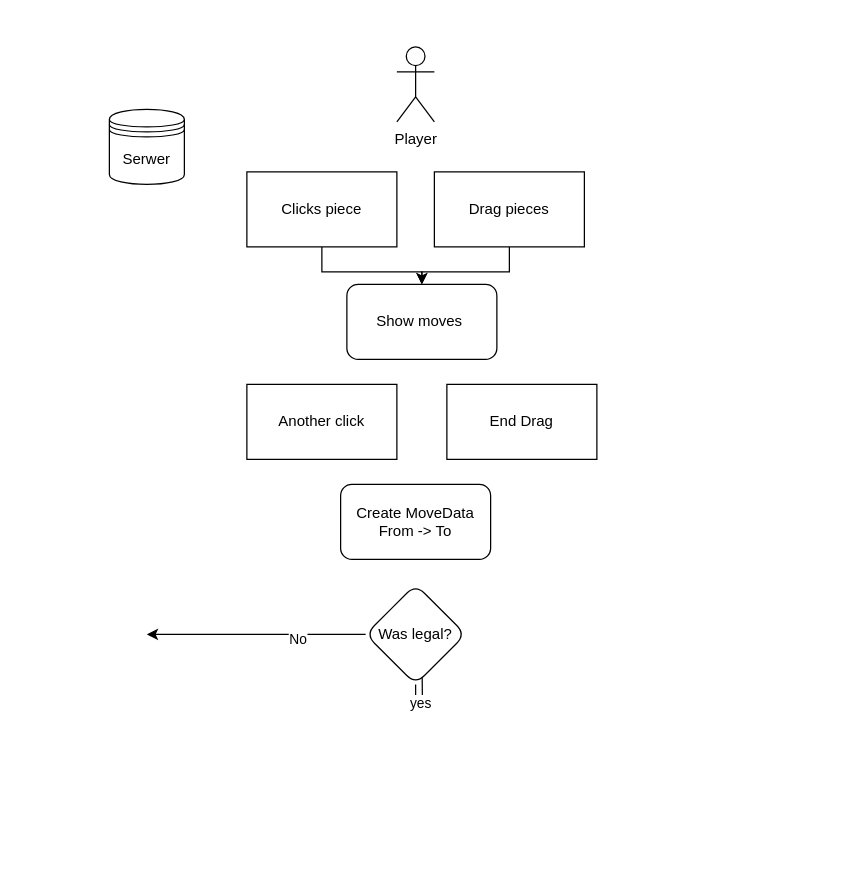
Earlier version of the draw.io diagram Diagrams/Chess block scheme.drawio (Netherman2440/HelpfulCode). Source tidied: cells renumbered, new cells numbered last; positions are measured from the earlier drawing's top-left corner, leaving out a move shared by most shapes. Both pictures are drawn from the tidied source at 125%, with x=0, y=0 at pixel (109, 46).
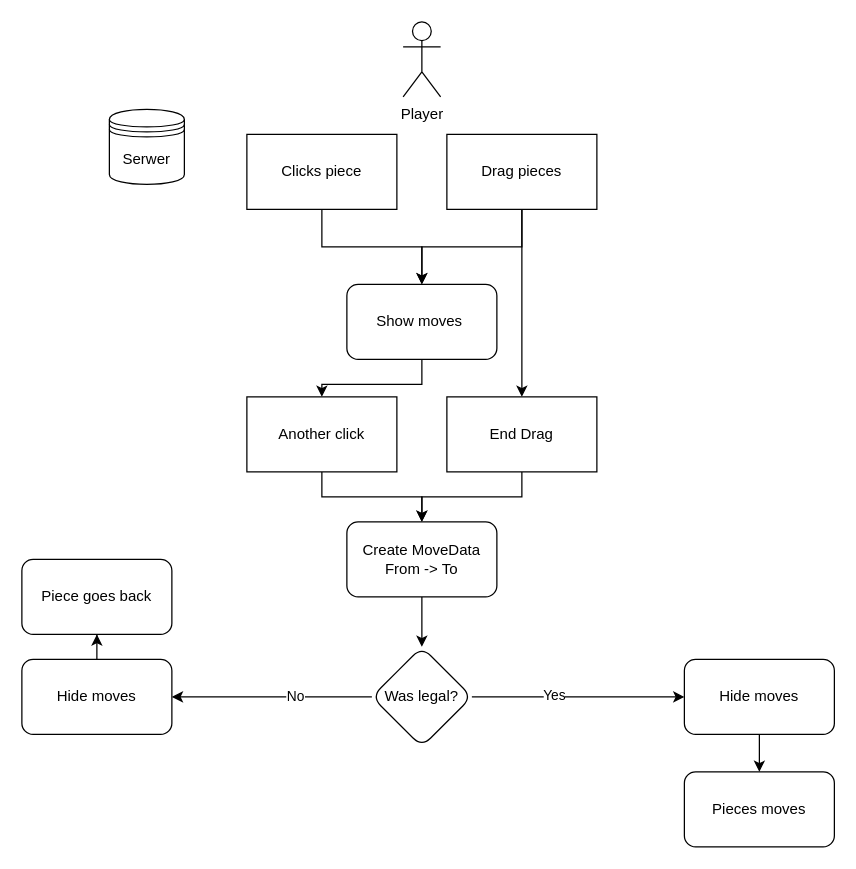
The same page after the edit.

Unchanged cells that the change refers to:
```xml
<mxCell id="2" value="Show moves&amp;nbsp;" style="rounded=1;whiteSpace=wrap;html=1;" parent="1" vertex="1">
  <mxGeometry x="190" y="190" width="120" height="60" as="geometry" />
</mxCell>
```

The edit, as a diff of the source:
```diff
@@
+    <mxCell id="17" style="edgeStyle=orthogonalEdgeStyle;rounded=0;jettySize=auto;html=1;" parent="1" edge="1" source="2" target="14">
+      <mxGeometry relative="1" as="geometry" />
+    </mxCell>
@@
     <mxCell id="3" value="Player" style="shape=umlActor;verticalLabelPosition=bottom;verticalAlign=top;html=1;" parent="1" vertex="1">
-      <mxGeometry x="230" width="30" height="60" as="geometry" />
+      <mxGeometry x="235" y="-20" width="30" height="60" as="geometry" />
     </mxCell>
@@
-    <mxCell id="5" style="edgeStyle=orthogonalEdgeStyle;rounded=0;jettySize=auto;html=1;" parent="1" edge="1" source="9">
-      <mxGeometry relative="1" as="geometry">
-        <mxPoint x="30" y="470" as="targetPoint" />
-      </mxGeometry>
-    </mxCell>
+    <mxCell id="18" style="edgeStyle=orthogonalEdgeStyle;rounded=0;jettySize=auto;html=1;" parent="1" edge="1" source="9" target="26">
+      <mxGeometry relative="1" as="geometry" />
+    </mxCell>
-    <mxCell id="6" value="No" style="edgeLabel;html=1;align=center;verticalAlign=middle;" parent="5" vertex="1">
-      <mxGeometry x="-0.37" y="3" relative="1" as="geometry" />
+    <mxCell id="6" value="No" style="edgeLabel;html=1;align=center;verticalAlign=middle;" parent="18" vertex="1">
+      <mxGeometry x="-0.23" y="-1" relative="1" as="geometry" />
     </mxCell>
-    <mxCell id="7" style="edgeStyle=orthogonalEdgeStyle;rounded=0;jettySize=auto;html=1;" parent="1" edge="1" source="9">
-      <mxGeometry relative="1" as="geometry">
-        <mxPoint x="250" y="480" as="targetPoint" />
-      </mxGeometry>
-    </mxCell>
-    <mxCell id="8" value="yes" style="edgeLabel;html=1;align=center;verticalAlign=middle;" parent="7" vertex="1">
-      <mxGeometry x="-0.18" y="2" relative="1" as="geometry" />
-    </mxCell>
+    <mxCell id="19" style="edgeStyle=orthogonalEdgeStyle;rounded=0;jettySize=auto;html=1;" parent="1" edge="1" source="9" target="28">
+      <mxGeometry relative="1" as="geometry" />
+    </mxCell>
+    <mxCell id="20" value="Yes" style="edgeLabel;html=1;align=center;verticalAlign=middle;" parent="19" vertex="1">
+      <mxGeometry x="-0.23" y="2" relative="1" as="geometry" />
+    </mxCell>
     <mxCell id="9" value="Was legal?" style="rhombus;whiteSpace=wrap;html=1;rounded=1;" parent="1" vertex="1">
-      <mxGeometry x="205" y="430" width="80" height="80" as="geometry" />
+      <mxGeometry x="210" y="480" width="80" height="80" as="geometry" />
     </mxCell>
@@
     <mxCell id="11" value="Clicks piece" style="rounded=0;whiteSpace=wrap;html=1;" parent="1" vertex="1">
-      <mxGeometry x="110" y="100" width="120" height="60" as="geometry" />
+      <mxGeometry x="110" y="70" width="120" height="60" as="geometry" />
     </mxCell>
@@
+    <mxCell id="21" style="edgeStyle=orthogonalEdgeStyle;rounded=0;jettySize=auto;html=1;" parent="1" edge="1" source="13" target="15">
+      <mxGeometry relative="1" as="geometry" />
+    </mxCell>
     <mxCell id="13" value="Drag pieces" style="rounded=0;whiteSpace=wrap;html=1;" parent="1" vertex="1">
-      <mxGeometry x="260" y="100" width="120" height="60" as="geometry" />
+      <mxGeometry x="270" y="70" width="120" height="60" as="geometry" />
     </mxCell>
+    <mxCell id="22" style="edgeStyle=orthogonalEdgeStyle;rounded=0;jettySize=auto;html=1;" parent="1" edge="1" source="14" target="16">
+      <mxGeometry relative="1" as="geometry" />
+    </mxCell>
     <mxCell id="14" value="Another click" style="rounded=0;whiteSpace=wrap;html=1;" parent="1" vertex="1">
-      <mxGeometry x="110" y="270" width="120" height="60" as="geometry" />
+      <mxGeometry x="110" y="280" width="120" height="60" as="geometry" />
     </mxCell>
+    <mxCell id="23" style="edgeStyle=orthogonalEdgeStyle;rounded=0;jettySize=auto;html=1;" parent="1" edge="1" source="15" target="16">
+      <mxGeometry relative="1" as="geometry" />
+    </mxCell>
     <mxCell id="15" value="End Drag" style="rounded=0;whiteSpace=wrap;html=1;" parent="1" vertex="1">
-      <mxGeometry x="270" y="270" width="120" height="60" as="geometry" />
+      <mxGeometry x="270" y="280" width="120" height="60" as="geometry" />
     </mxCell>
+    <mxCell id="24" style="edgeStyle=orthogonalEdgeStyle;rounded=0;jettySize=auto;html=1;" parent="1" edge="1" source="16" target="9">
+      <mxGeometry relative="1" as="geometry" />
+    </mxCell>
     <mxCell id="16" value="Create MoveData&lt;br&gt;From -&amp;gt; To" style="rounded=1;whiteSpace=wrap;html=1;" parent="1" vertex="1">
-      <mxGeometry x="185" y="350" width="120" height="60" as="geometry" />
+      <mxGeometry x="190" y="380" width="120" height="60" as="geometry" />
     </mxCell>
+    <mxCell id="25" style="edgeStyle=orthogonalEdgeStyle;rounded=0;jettySize=auto;html=1;" parent="1" edge="1" source="26" target="29">
+      <mxGeometry relative="1" as="geometry" />
+    </mxCell>
+    <mxCell id="26" value="Hide moves" style="whiteSpace=wrap;html=1;rounded=1;" parent="1" vertex="1">
+      <mxGeometry x="-70" y="490" width="120" height="60" as="geometry" />
+    </mxCell>
+    <mxCell id="27" style="edgeStyle=orthogonalEdgeStyle;rounded=0;jettySize=auto;html=1;" parent="1" edge="1" source="28" target="30">
+      <mxGeometry relative="1" as="geometry" />
+    </mxCell>
+    <mxCell id="28" value="Hide moves" style="whiteSpace=wrap;html=1;rounded=1;" parent="1" vertex="1">
+      <mxGeometry x="460" y="490" width="120" height="60" as="geometry" />
+    </mxCell>
+    <mxCell id="29" value="Piece goes back" style="whiteSpace=wrap;html=1;rounded=1;" parent="1" vertex="1">
+      <mxGeometry x="-70" y="410" width="120" height="60" as="geometry" />
+    </mxCell>
+    <mxCell id="30" value="Pieces moves" style="whiteSpace=wrap;html=1;rounded=1;" parent="1" vertex="1">
+      <mxGeometry x="460" y="580" width="120" height="60" as="geometry" />
+    </mxCell>
```
